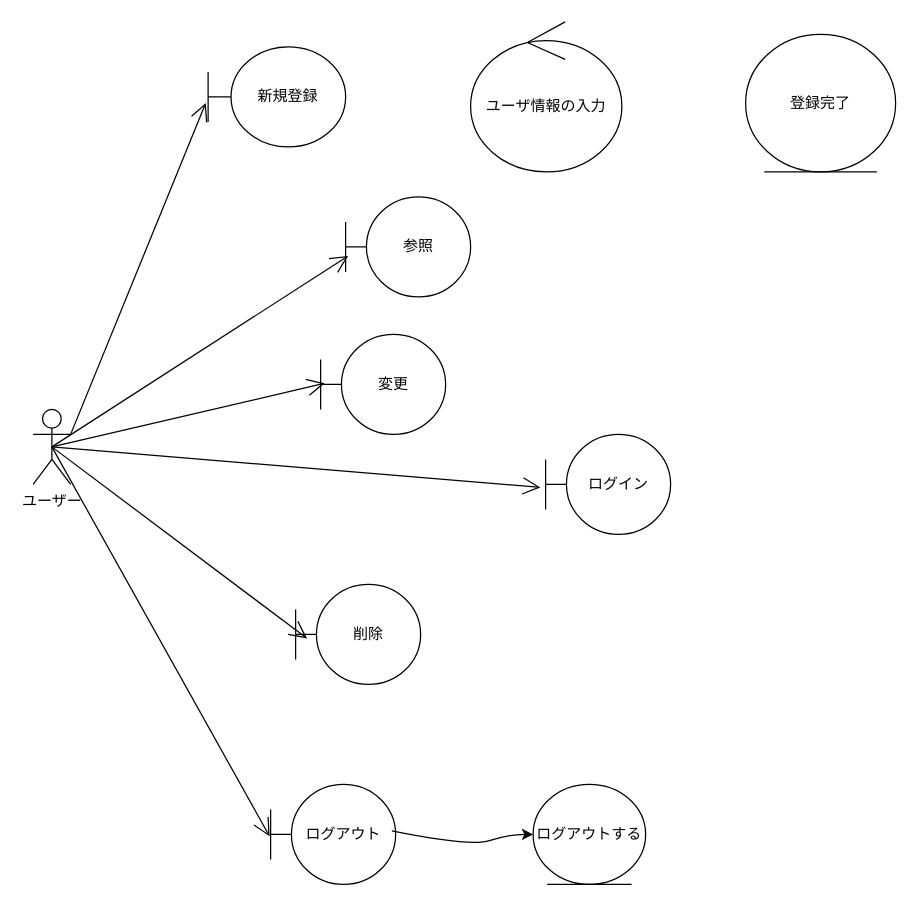
Above: group/07_web_visitor/robustness.drawio in ko246/ohara_uml (draw.io), before the change. Source tidied: cells renumbered, new cells numbered last; positions are measured from the earlier drawing's top-left corner, leaving out a move shared by most shapes. Both pictures are drawn from the tidied source at 125%, with x=0, y=0 at pixel (32, 21).
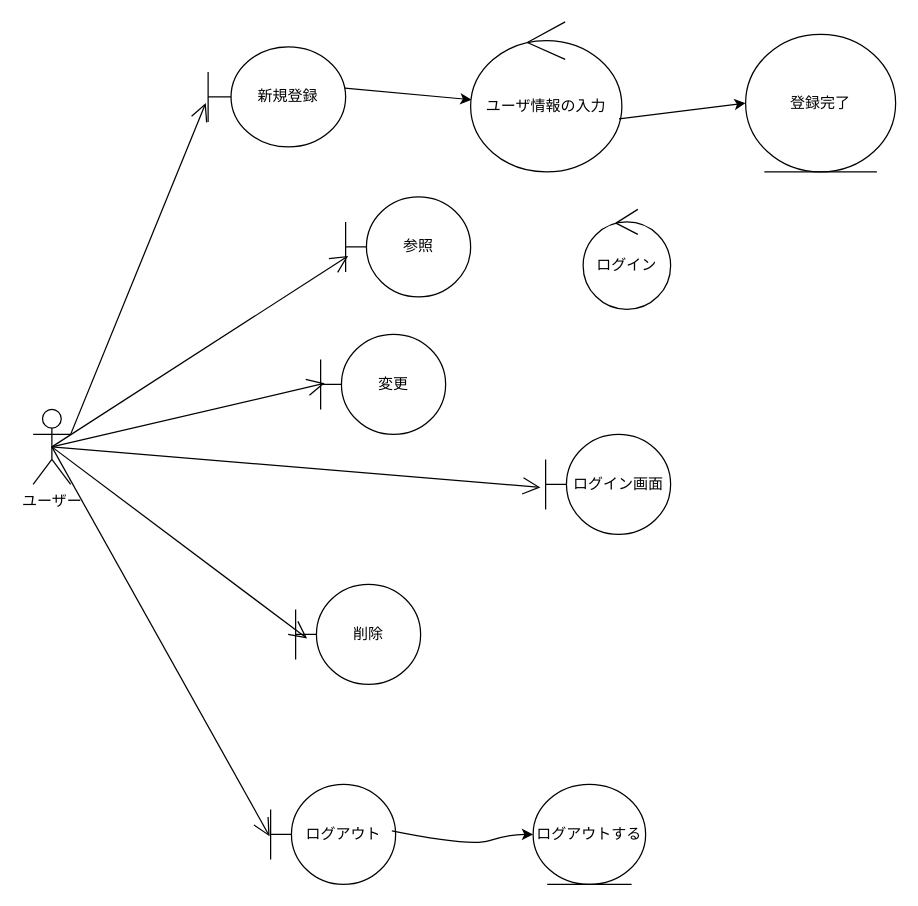
Above is the later version.

The change refers to these unchanged cells:
```xml
<mxCell id="5" value="新規登録" style="shape=umlBoundary;whiteSpace=wrap;html=1;" parent="1" vertex="1">
  <mxGeometry x="140" y="20" width="110" height="80" as="geometry" />
</mxCell>
<mxCell id="17" value="ユーザ情報の入力" style="ellipse;shape=umlControl;whiteSpace=wrap;html=1;" parent="1" vertex="1">
  <mxGeometry x="350" width="121" height="120" as="geometry" />
</mxCell>
<mxCell id="18" value="登録完了" style="ellipse;shape=umlEntity;whiteSpace=wrap;html=1;" parent="1" vertex="1">
  <mxGeometry x="570" y="10" width="120" height="110" as="geometry" />
</mxCell>
```

What changed in the source:
```diff
@@
-    <mxCell id="7" value="ログイン" style="shape=umlBoundary;whiteSpace=wrap;html=1;" parent="1" vertex="1">
+    <mxCell id="7" value="ログイン画面" style="shape=umlBoundary;whiteSpace=wrap;html=1;" parent="1" vertex="1">
       <mxGeometry x="410" y="330" width="100" height="80" as="geometry" />
     </mxCell>
@@
+    <mxCell id="19" style="endArrow=classic;html=1;entryX=0.006;entryY=0.519;entryDx=0;entryDy=0;entryPerimeter=0;exitX=0.994;exitY=0.413;exitDx=0;exitDy=0;exitPerimeter=0;" parent="1" edge="1" source="5" target="17">
+      <mxGeometry relative="1" as="geometry" />
+    </mxCell>
+    <mxCell id="20" style="endArrow=classic;html=1;entryX=0;entryY=0.5;entryDx=0;entryDy=0;exitX=0.981;exitY=0.647;exitDx=0;exitDy=0;exitPerimeter=0;" parent="1" edge="1" source="17" target="18">
+      <mxGeometry relative="1" as="geometry" />
+    </mxCell>
+    <mxCell id="21" value="ログイン" style="ellipse;shape=umlControl;whiteSpace=wrap;html=1;" parent="1" vertex="1">
+      <mxGeometry x="440" y="150" width="70" height="80" as="geometry" />
+    </mxCell>
```
